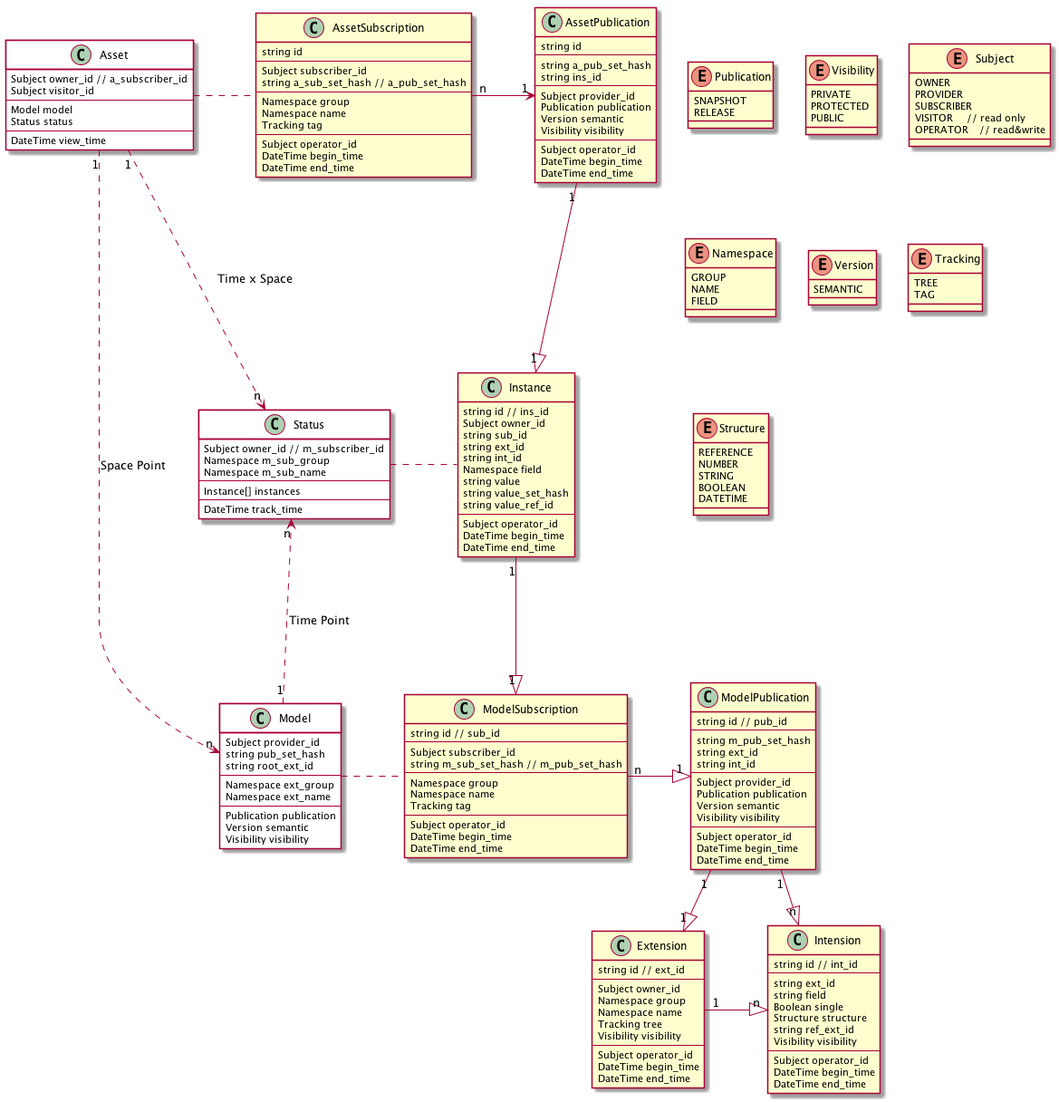
Earlier version of the PlantUML export kiimate.png (SINeWang/kiimate). Its source is kept beside it as kiimate.puml. Its diagram source:
```plantuml
@startuml


Instance "1" -down-|>  "1" ModelSubscription

Asset .right.. AssetSubscription

Status ..right.. Instance

Model ..right... ModelSubscription

Asset "1" ...> "n" Model : "Space Point"
Asset "1" ...> "n" Status : "Time x Space"
Model "1" ...> "n" Status : "Time Point"



ModelSubscription "n" -right-|> "1" ModelPublication

ModelPublication "1" --|>  "1" Extension
ModelPublication "1" --|>  "n" Intension

Extension "1" --right--|> "n" Intension

AssetPublication "1" -down-|> "1" Instance

AssetSubscription "n" -right-> "1" AssetPublication



class Asset #FFFFFF {
    Subject owner_id // a_subscriber_id
    Subject visitor_id
    ---
    Model model
    Status status
    ---
    DateTime view_time
}

class Status #FFFFFF {
    Subject owner_id // m_subscriber_id
    Namespace m_sub_group
    Namespace m_sub_name
    ---
    Instance[] instances
    ---
    DateTime track_time
}

class Model #FFFFFF {
    Subject provider_id
    string pub_set_hash
    string root_ext_id
    ---
    Namespace ext_group
    Namespace ext_name
    ---
    Publication publication
    Version semantic
    Visibility visibility
}

class AssetSubscription {
    string id
    ---
    Subject subscriber_id
    string a_sub_set_hash // a_pub_set_hash
    ---
    Namespace group
    Namespace name
    Tracking tag
    ---
    Subject operator_id
    DateTime begin_time
    DateTime end_time
}

class AssetPublication{
    string id
    ---
    string a_pub_set_hash
    string ins_id
    ---
    Subject provider_id
    Publication publication
    Version semantic
    Visibility visibility
    ---
    Subject operator_id
    DateTime begin_time
    DateTime end_time
}



class Extension {
    string id // ext_id
    ---
    Subject owner_id
    Namespace group
    Namespace name
    Tracking tree
    Visibility visibility
    ---
    Subject operator_id
    DateTime begin_time
    DateTime end_time
}

class Intension {
    string id // int_id
    ---
    string ext_id
    string field
    Boolean single
    Structure structure
    string ref_ext_id
    Visibility visibility
    ---
    Subject operator_id
    DateTime begin_time
    DateTime end_time
}

class ModelPublication {
    string id // pub_id
    ---
    string m_pub_set_hash
    string ext_id
    string int_id
    ---
    Subject provider_id
    Publication publication
    Version semantic
    Visibility visibility
    ---
    Subject operator_id
    DateTime begin_time
    DateTime end_time
}

class ModelSubscription {
    string id // sub_id
    ---
    Subject subscriber_id
    string m_sub_set_hash // m_pub_set_hash
    ---
    Namespace group
    Namespace name
    Tracking tag
    ---
    Subject operator_id
    DateTime begin_time
    DateTime end_time
}

class Instance {
    string id // ins_id
    Subject owner_id
    string sub_id
    string ext_id
    string int_id
    Namespace field
    string value
    string value_set_hash
    string value_ref_id
    ---
    Subject operator_id
    DateTime begin_time
    DateTime end_time
}

enum Publication {
    SNAPSHOT
    RELEASE
}

enum Visibility {
    PRIVATE
    PROTECTED
    PUBLIC
}

enum Subject {
    OWNER
    PROVIDER
    SUBSCRIBER
    VISITOR     // read only
    OPERATOR    // read&write
}

enum Namespace {
    GROUP
    NAME
    FIELD
}

enum Version {
    SEMANTIC
}

enum Tracking {
    TREE
    TAG
}

enum Structure {
    REFERENCE
    NUMBER
    STRING
    BOOLEAN
    DATETIME
}

@enduml
```
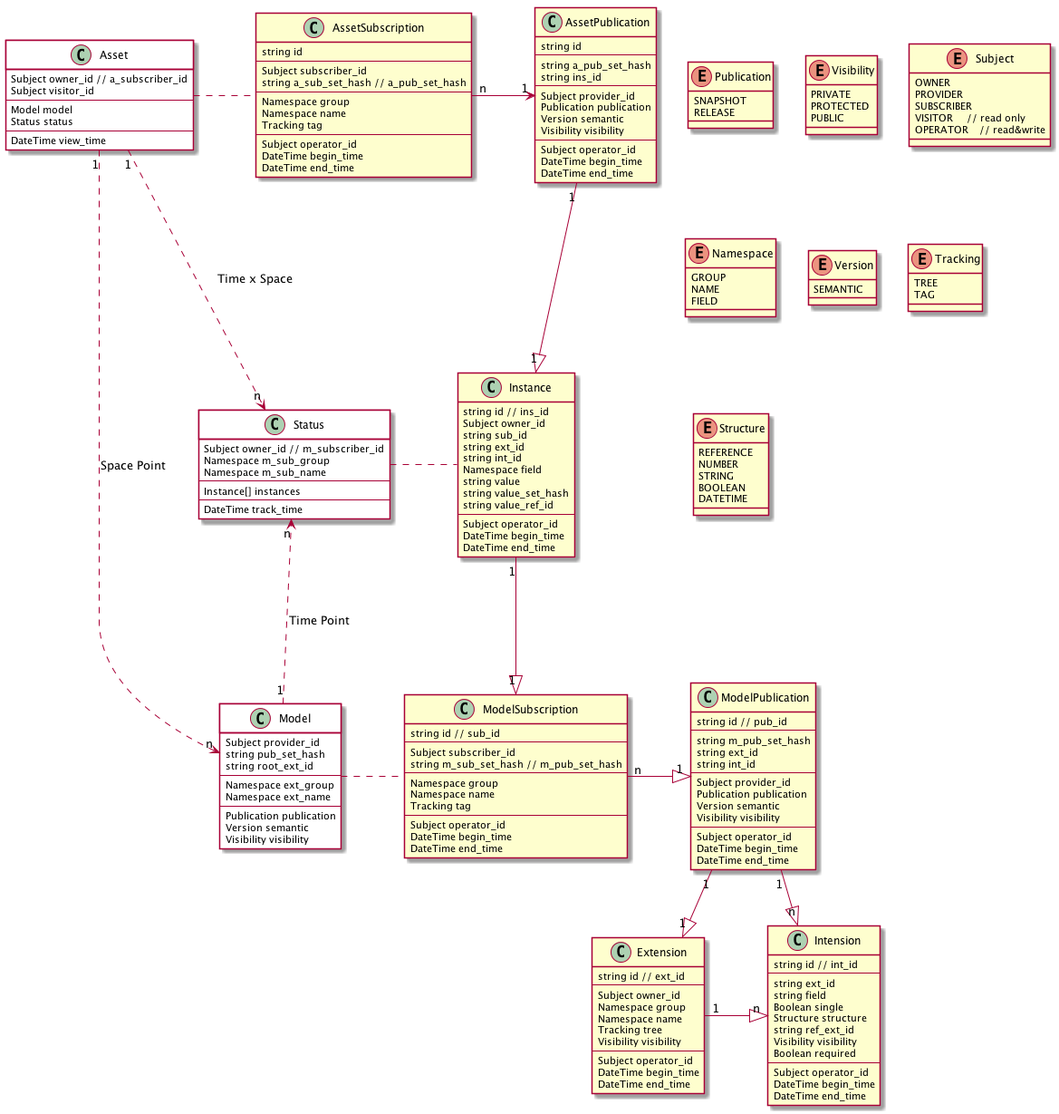
After the change.

Commit message:
update intension concept model, add required

The edit, as a diff of the source:
```diff
@@ -117,6 +117,7 @@
     Structure structure
     string ref_ext_id
     Visibility visibility
+    Boolean required
     ---
     Subject operator_id
     DateTime begin_time
```
